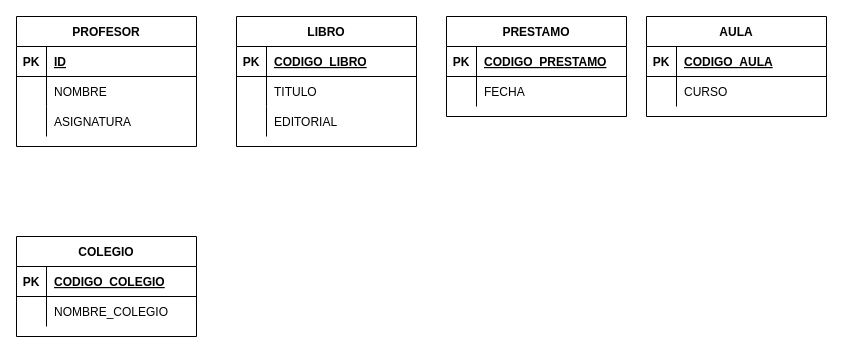
Before: prestamo.drawio in jhonatan032004/relation, a draw.io diagram. Source tidied: cells renumbered, new cells numbered last; positions are measured from the earlier drawing's top-left corner, leaving out a move shared by most shapes. Both pictures are drawn from the tidied source at 100%, with x=0, y=0 at pixel (16, 16).
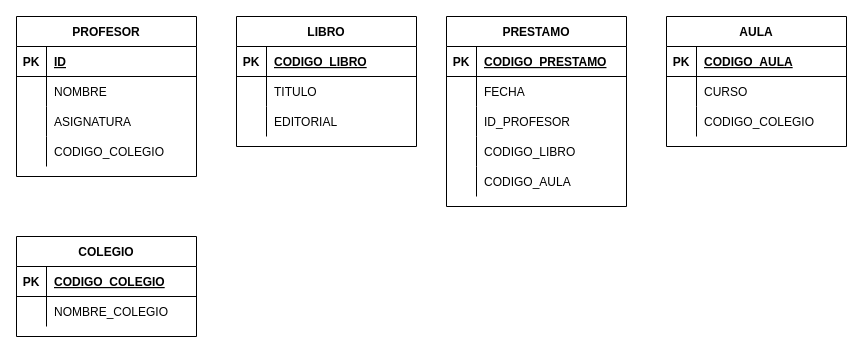
After the change.

Commit message:
segundo commit avance ejercicio2

What changed in the source:
```diff
@@
     <mxCell id="2" value="PROFESOR" style="shape=table;startSize=30;childLayout=tableLayout;rowLines=0;fontStyle=1;align=center;" parent="1" vertex="1">
-      <mxGeometry width="180" height="130" as="geometry" />
+      <mxGeometry width="180" height="160" as="geometry" />
     </mxCell>
@@
+    <mxCell id="43" style="shape=partialRectangle;fillColor=none;top=0;left=0;bottom=0;right=0;" parent="2" vertex="1">
+      <mxGeometry y="90" width="180" height="30" as="geometry" />
+    </mxCell>
+    <mxCell id="44" style="shape=partialRectangle;fillColor=none;top=0;left=0;bottom=0;right=0;overflow=hidden;" parent="43" vertex="1">
+      <mxGeometry width="30" height="30" as="geometry" />
+    </mxCell>
+    <mxCell id="45" value="ASIGNATURA" style="shape=partialRectangle;fillColor=none;top=0;left=0;bottom=0;right=0;align=left;spacingLeft=6;overflow=hidden;" parent="43" vertex="1">
+      <mxGeometry x="30" width="150" height="30" as="geometry" />
+    </mxCell>
     <mxCell id="9" style="shape=partialRectangle;fillColor=none;top=0;left=0;bottom=0;right=0;" parent="2" vertex="1">
-      <mxGeometry y="90" width="180" height="30" as="geometry" />
+      <mxGeometry y="120" width="180" height="30" as="geometry" />
     </mxCell>
@@
-    <mxCell id="11" value="ASIGNATURA" style="shape=partialRectangle;fillColor=none;top=0;left=0;bottom=0;right=0;align=left;spacingLeft=6;overflow=hidden;" parent="9" vertex="1">
+    <mxCell id="11" value="CODIGO_COLEGIO" style="shape=partialRectangle;fillColor=none;top=0;left=0;bottom=0;right=0;align=left;spacingLeft=6;overflow=hidden;" parent="9" vertex="1">
       <mxGeometry x="30" width="150" height="30" as="geometry" />
     </mxCell>
@@
     <mxCell id="22" value="PRESTAMO" style="shape=table;startSize=30;childLayout=tableLayout;rowLines=0;fontStyle=1;align=center;" parent="1" vertex="1">
-      <mxGeometry x="430" width="180" height="100" as="geometry" />
+      <mxGeometry x="430" width="180" height="190" as="geometry" />
     </mxCell>
@@
+    <mxCell id="46" style="shape=partialRectangle;fillColor=none;top=0;left=0;bottom=0;right=0;" parent="22" vertex="1">
+      <mxGeometry y="90" width="180" height="30" as="geometry" />
+    </mxCell>
+    <mxCell id="47" style="shape=partialRectangle;fillColor=none;top=0;left=0;bottom=0;right=0;overflow=hidden;" parent="46" vertex="1">
+      <mxGeometry width="30" height="30" as="geometry" />
+    </mxCell>
+    <mxCell id="48" value="ID_PROFESOR" style="shape=partialRectangle;fillColor=none;top=0;left=0;bottom=0;right=0;align=left;spacingLeft=6;overflow=hidden;" parent="46" vertex="1">
+      <mxGeometry x="30" width="150" height="30" as="geometry" />
+    </mxCell>
+    <mxCell id="49" style="shape=partialRectangle;fillColor=none;top=0;left=0;bottom=0;right=0;" parent="22" vertex="1">
+      <mxGeometry y="120" width="180" height="30" as="geometry" />
+    </mxCell>
+    <mxCell id="50" style="shape=partialRectangle;fillColor=none;top=0;left=0;bottom=0;right=0;overflow=hidden;" parent="49" vertex="1">
+      <mxGeometry width="30" height="30" as="geometry" />
+    </mxCell>
+    <mxCell id="51" value="CODIGO_LIBRO" style="shape=partialRectangle;fillColor=none;top=0;left=0;bottom=0;right=0;align=left;spacingLeft=6;overflow=hidden;" parent="49" vertex="1">
+      <mxGeometry x="30" width="150" height="30" as="geometry" />
+    </mxCell>
+    <mxCell id="52" style="shape=partialRectangle;fillColor=none;top=0;left=0;bottom=0;right=0;" parent="22" vertex="1">
+      <mxGeometry y="150" width="180" height="30" as="geometry" />
+    </mxCell>
+    <mxCell id="53" style="shape=partialRectangle;fillColor=none;top=0;left=0;bottom=0;right=0;overflow=hidden;" parent="52" vertex="1">
+      <mxGeometry width="30" height="30" as="geometry" />
+    </mxCell>
+    <mxCell id="54" value="CODIGO_AULA" style="shape=partialRectangle;fillColor=none;top=0;left=0;bottom=0;right=0;align=left;spacingLeft=6;overflow=hidden;" parent="52" vertex="1">
+      <mxGeometry x="30" width="150" height="30" as="geometry" />
+    </mxCell>
     <mxCell id="29" value="AULA" style="shape=table;startSize=30;childLayout=tableLayout;rowLines=0;fontStyle=1;align=center;" parent="1" vertex="1">
-      <mxGeometry x="630" width="180" height="100" as="geometry" />
+      <mxGeometry x="650" width="180" height="130" as="geometry" />
     </mxCell>
@@
+    <mxCell id="55" style="shape=partialRectangle;fillColor=none;top=0;left=0;bottom=0;right=0;" parent="29" vertex="1">
+      <mxGeometry y="90" width="180" height="30" as="geometry" />
+    </mxCell>
+    <mxCell id="56" style="shape=partialRectangle;fillColor=none;top=0;left=0;bottom=0;right=0;overflow=hidden;" parent="55" vertex="1">
+      <mxGeometry width="30" height="30" as="geometry" />
+    </mxCell>
+    <mxCell id="57" value="CODIGO_COLEGIO" style="shape=partialRectangle;fillColor=none;top=0;left=0;bottom=0;right=0;align=left;spacingLeft=6;overflow=hidden;" parent="55" vertex="1">
+      <mxGeometry x="30" width="150" height="30" as="geometry" />
+    </mxCell>
```
